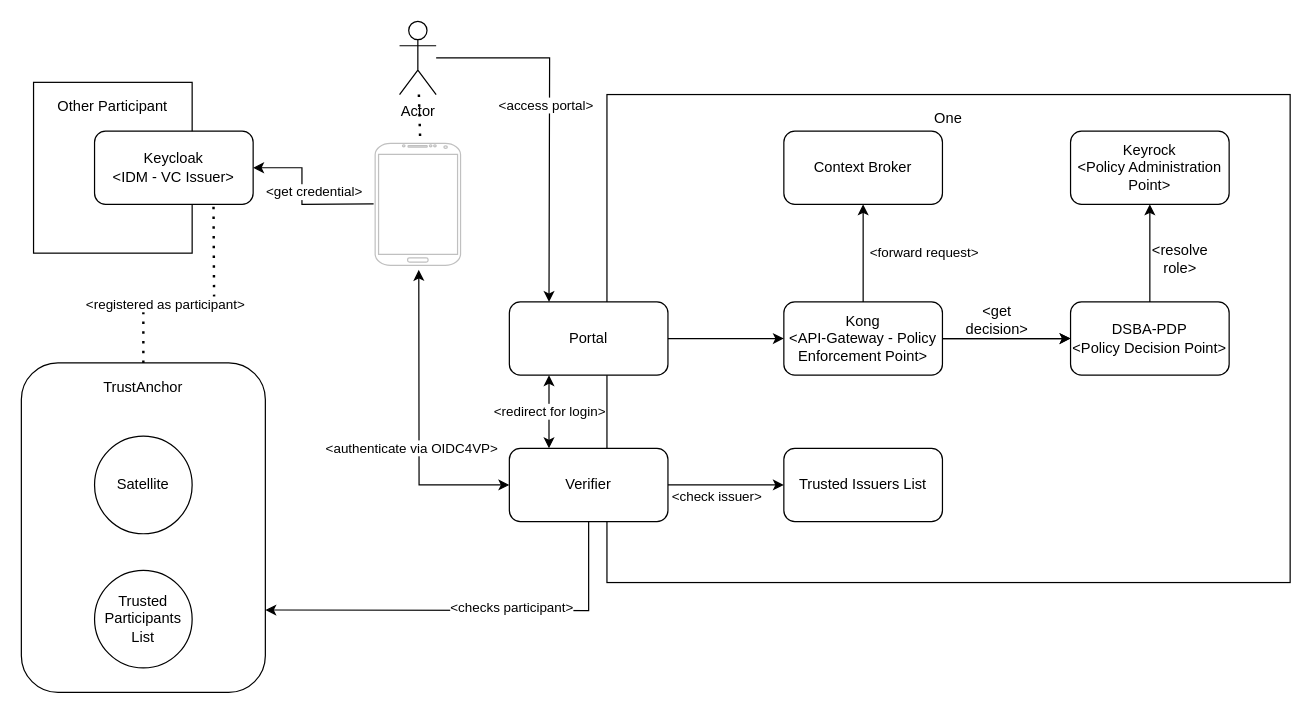
This is docs/portal-one.drawio from FIWARE-Ops/batterypass-demonstrator, a draw.io file, before an edit. Source tidied: cells renumbered, new cells numbered last; positions are measured from the earlier drawing's top-left corner, leaving out a move shared by most shapes. Both pictures are drawn from the tidied source at 122%, with x=0, y=0 at pixel (21, 21).
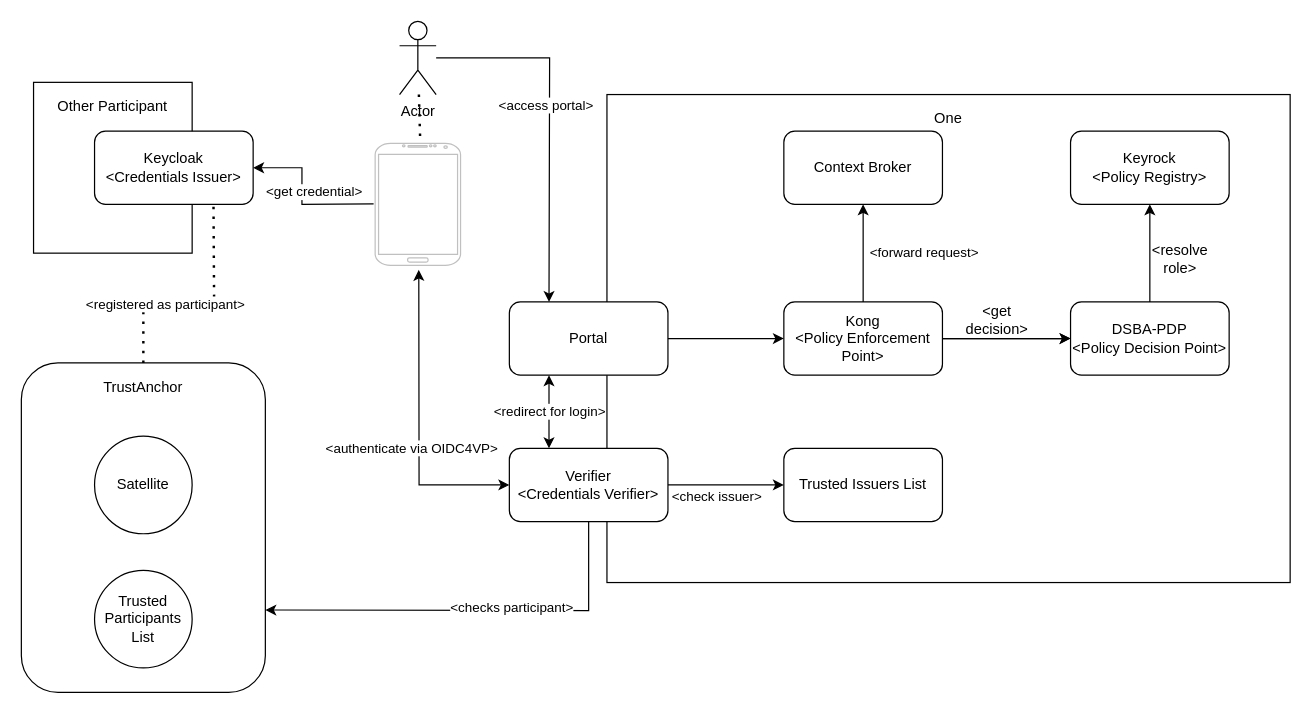
The same page after the edit.

The change refers to these unchanged cells:
```xml
<mxCell id="23" style="group;" parent="1" vertex="1">
  <mxGeometry x="10" y="50" width="180" height="140" as="geometry" />
</mxCell>
```

What changed in the source:
```diff
@@
-    <mxCell id="3" value="&lt;div&gt;Keyrock&lt;/div&gt;&lt;div&gt;&amp;lt;Policy Administration Point&amp;gt;&lt;br&gt;&lt;/div&gt;" style="rounded=1;whiteSpace=wrap;html=1;" parent="1" vertex="1">
+    <mxCell id="3" value="&lt;div&gt;Keyrock&lt;/div&gt;&lt;div&gt;&amp;lt;Policy Registry&amp;gt;&lt;br&gt;&lt;/div&gt;" style="rounded=1;whiteSpace=wrap;html=1;" parent="1" vertex="1">
       <mxGeometry x="860" y="90" width="130" height="60" as="geometry" />
     </mxCell>
@@
-    <mxCell id="5" value="&lt;div&gt;Kong&lt;/div&gt;&lt;div&gt;&amp;lt;API-Gateway - Policy Enforcement Point&amp;gt;&lt;br&gt;&lt;/div&gt;" style="rounded=1;whiteSpace=wrap;html=1;" parent="1" vertex="1">
+    <mxCell id="5" value="&lt;div&gt;Kong&lt;/div&gt;&lt;div&gt;&amp;lt;Policy Enforcement Point&amp;gt;&lt;br&gt;&lt;/div&gt;" style="rounded=1;whiteSpace=wrap;html=1;" parent="1" vertex="1">
       <mxGeometry x="625" y="230" width="130" height="60" as="geometry" />
     </mxCell>
@@
-    <mxCell id="8" value="Verifier" style="rounded=1;whiteSpace=wrap;html=1;" parent="1" vertex="1">
+    <mxCell id="8" value="&lt;div&gt;Verifier&lt;/div&gt;&lt;div&gt;&amp;lt;Credentials Verifier&amp;gt;&lt;br&gt;&lt;/div&gt;" style="rounded=1;whiteSpace=wrap;html=1;" parent="1" vertex="1">
       <mxGeometry x="400" y="350" width="130" height="60" as="geometry" />
     </mxCell>
@@
-    <mxCell id="25" value="&lt;div&gt;Keycloak&lt;/div&gt;&lt;div&gt;&amp;lt;IDM - VC Issuer&amp;gt;&lt;br&gt;&lt;/div&gt;" style="rounded=1;whiteSpace=wrap;html=1;" parent="23" vertex="1">
+    <mxCell id="25" value="&lt;div&gt;Keycloak&lt;/div&gt;&lt;div&gt;&amp;lt;Credentials Issuer&amp;gt;&lt;br&gt;&lt;/div&gt;" style="rounded=1;whiteSpace=wrap;html=1;" parent="23" vertex="1">
       <mxGeometry x="50" y="40" width="130" height="60" as="geometry" />
     </mxCell>
```
